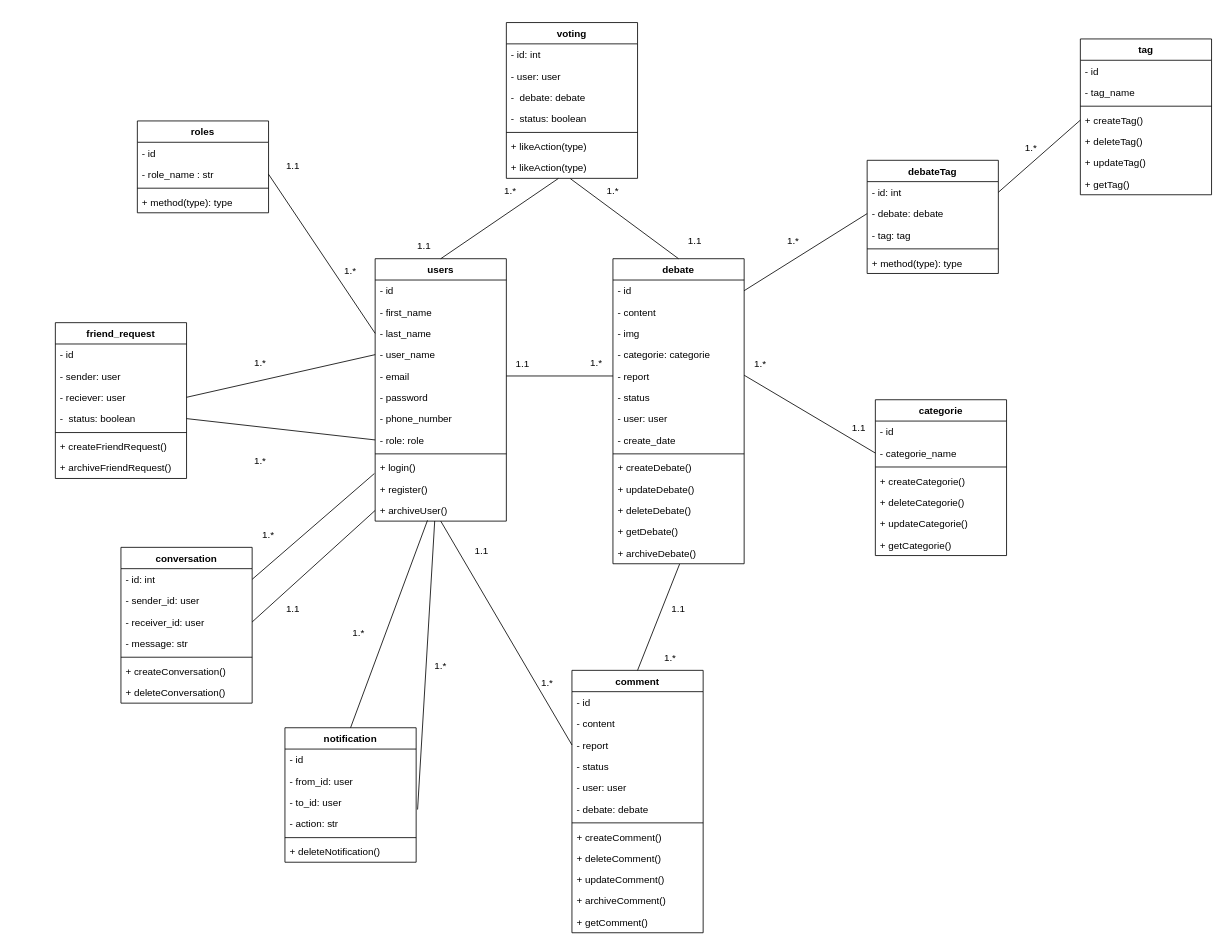
Mohamed072005/DebateVerse keeps this draw.io diagram as DebateVerse.class-diagram.drawio. Above is the earlier version. Source tidied: cells renumbered, new cells numbered last; positions are measured from the earlier drawing's top-left corner, leaving out a move shared by most shapes. Both pictures are drawn from the tidied source at 82%, with x=0, y=0 at pixel (55, 22).
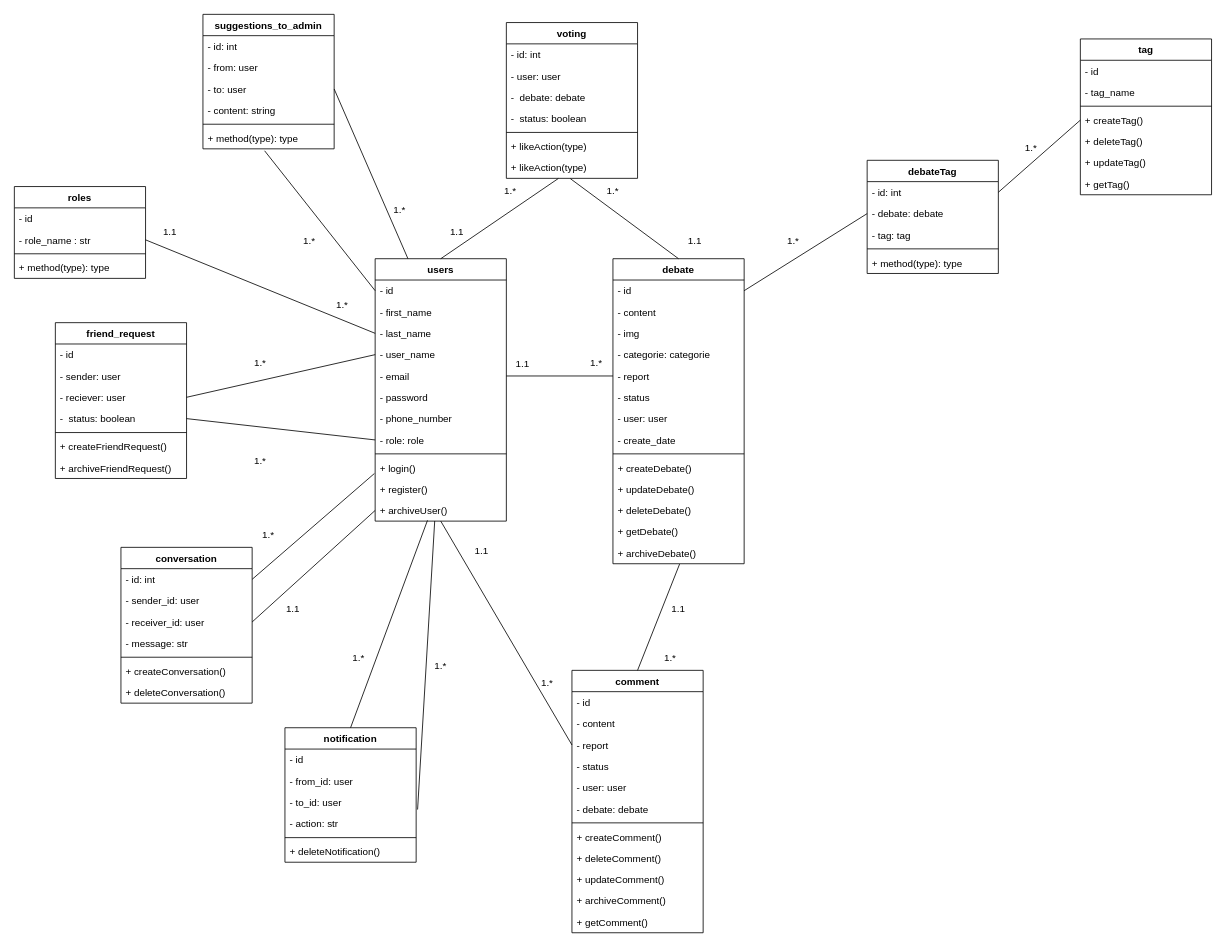
The same diagram, later.

Unchanged cells that the change refers to:
```xml
<mxCell id="17" value="users" style="swimlane;fontStyle=1;align=center;verticalAlign=top;horizontal=1;startSize=26;" parent="1" vertex="1">
  <mxGeometry x="390" y="288" width="160" height="320" as="geometry" />
</mxCell>
<mxCell id="18" value="- id" style="text;strokeColor=none;fillColor=none;align=left;verticalAlign=top;spacingLeft=4;spacingRight=4;overflow=hidden;points=[[0,0.5],[1,0.5]];portConstraint=eastwest;" parent="17" vertex="1">
  <mxGeometry y="26" width="160" height="26" as="geometry" />
</mxCell>
<mxCell id="29" value="+ archiveUser()" style="text;strokeColor=none;fillColor=none;align=left;verticalAlign=top;spacingLeft=4;spacingRight=4;overflow=hidden;points=[[0,0.5],[1,0.5]];portConstraint=eastwest;" parent="17" vertex="1">
  <mxGeometry y="294" width="160" height="26" as="geometry" />
</mxCell>
<mxCell id="104" value="notification" style="swimlane;fontStyle=1;align=center;verticalAlign=top;horizontal=1;startSize=26;" parent="1" vertex="1">
  <mxGeometry x="280" y="860" width="160" height="164" as="geometry" />
</mxCell>
```

Diff of the diagram source:
```diff
@@
     <mxCell id="30" value="roles" style="swimlane;fontStyle=1;align=center;verticalAlign=top;horizontal=1;startSize=26;" parent="1" vertex="1">
-      <mxGeometry x="100" y="120" width="160" height="112" as="geometry" />
+      <mxGeometry x="-50" y="200" width="160" height="112" as="geometry" />
     </mxCell>
@@
-    <mxCell id="56" value="categorie" style="swimlane;fontStyle=1;align=center;verticalAlign=top;horizontal=1;startSize=26;" parent="1" vertex="1">
-      <mxGeometry x="1000" y="460" width="160" height="190" as="geometry" />
-    </mxCell>
-    <mxCell id="57" value="- id" style="text;strokeColor=none;fillColor=none;align=left;verticalAlign=top;spacingLeft=4;spacingRight=4;overflow=hidden;" parent="56" vertex="1">
-      <mxGeometry y="26" width="160" height="26" as="geometry" />
-    </mxCell>
-    <mxCell id="58" value="- categorie_name" style="text;strokeColor=none;fillColor=none;align=left;verticalAlign=top;spacingLeft=4;spacingRight=4;overflow=hidden;points=[[0,0.5],[1,0.5]];portConstraint=eastwest;" parent="56" vertex="1">
-      <mxGeometry y="52" width="160" height="26" as="geometry" />
-    </mxCell>
-    <mxCell id="59" style="line;strokeWidth=1;fillColor=none;align=left;verticalAlign=middle;spacingTop=-1;spacingLeft=3;spacingRight=3;labelPosition=right;strokeColor=inherit;" parent="56" vertex="1">
-      <mxGeometry y="78" width="160" height="8" as="geometry" />
-    </mxCell>
-    <mxCell id="60" value="+ createCategorie()" style="text;strokeColor=none;fillColor=none;align=left;verticalAlign=top;spacingLeft=4;spacingRight=4;overflow=hidden;" parent="56" vertex="1">
-      <mxGeometry y="86" width="160" height="26" as="geometry" />
-    </mxCell>
-    <mxCell id="61" value="+ deleteCategorie()" style="text;strokeColor=none;fillColor=none;align=left;verticalAlign=top;spacingLeft=4;spacingRight=4;overflow=hidden;" parent="56" vertex="1">
-      <mxGeometry y="112" width="160" height="26" as="geometry" />
-    </mxCell>
-    <mxCell id="62" value="+ updateCategorie()" style="text;strokeColor=none;fillColor=none;align=left;verticalAlign=top;spacingLeft=4;spacingRight=4;overflow=hidden;" parent="56" vertex="1">
-      <mxGeometry y="138" width="160" height="26" as="geometry" />
-    </mxCell>
-    <mxCell id="63" value="+ getCategorie()" style="text;strokeColor=none;fillColor=none;align=left;verticalAlign=top;spacingLeft=4;spacingRight=4;overflow=hidden;" parent="56" vertex="1">
-      <mxGeometry y="164" width="160" height="26" as="geometry" />
-    </mxCell>
@@
-    <mxCell id="69" style="endArrow=none;html=1;entryX=0;entryY=0.5;entryDx=0;entryDy=0;exitX=0.002;exitY=0.971;exitDx=0;exitDy=0;exitPerimeter=0;" parent="1" edge="1" source="72" target="58">
-      <mxGeometry relative="1" as="geometry" />
-    </mxCell>
@@
-    <mxCell id="72" value="1.*" style="text;strokeColor=none;align=center;fillColor=none;html=1;verticalAlign=middle;whiteSpace=wrap;rounded=0;" parent="1" vertex="1">
-      <mxGeometry x="840" y="401" width="40" height="30" as="geometry" />
-    </mxCell>
-    <mxCell id="73" value="1.1" style="text;strokeColor=none;align=center;fillColor=none;html=1;verticalAlign=middle;whiteSpace=wrap;rounded=0;" parent="1" vertex="1">
-      <mxGeometry x="950" y="480" width="60" height="30" as="geometry" />
-    </mxCell>
@@
     <mxCell id="78" value="1.1" style="text;strokeColor=none;align=center;fillColor=none;html=1;verticalAlign=middle;whiteSpace=wrap;rounded=0;" parent="1" vertex="1">
-      <mxGeometry x="260" y="160" width="60" height="30" as="geometry" />
+      <mxGeometry x="110" y="240" width="60" height="30" as="geometry" />
     </mxCell>
     <mxCell id="79" value="1.*" style="text;strokeColor=none;align=center;fillColor=none;html=1;verticalAlign=middle;whiteSpace=wrap;rounded=0;" parent="1" vertex="1">
-      <mxGeometry x="330" y="288" width="60" height="30" as="geometry" />
+      <mxGeometry x="320" y="330" width="60" height="30" as="geometry" />
     </mxCell>
@@
     <mxCell id="112" value="1.*" style="text;strokeColor=none;align=center;fillColor=none;html=1;verticalAlign=middle;whiteSpace=wrap;rounded=0;" parent="1" vertex="1">
-      <mxGeometry x="340" y="730" width="60" height="30" as="geometry" />
+      <mxGeometry x="340" y="760" width="60" height="30" as="geometry" />
     </mxCell>
@@
     <mxCell id="127" value="1.1" style="text;strokeColor=none;align=center;fillColor=none;html=1;verticalAlign=middle;whiteSpace=wrap;rounded=0;" parent="1" vertex="1">
-      <mxGeometry x="420" y="258" width="60" height="30" as="geometry" />
+      <mxGeometry x="460" y="240" width="60" height="30" as="geometry" />
     </mxCell>
@@
+    <mxCell id="137" style="endArrow=none;html=1;entryX=0.399;entryY=0.965;entryDx=0;entryDy=0;entryPerimeter=0;exitX=0.5;exitY=0;exitDx=0;exitDy=0;" parent="1" edge="1" source="104" target="29">
+      <mxGeometry relative="1" as="geometry" />
+    </mxCell>
@@
-    <mxCell id="137" style="endArrow=none;html=1;entryX=0.399;entryY=0.965;entryDx=0;entryDy=0;entryPerimeter=0;exitX=0.5;exitY=0;exitDx=0;exitDy=0;" parent="1" edge="1" source="104" target="29">
-      <mxGeometry relative="1" as="geometry" />
-    </mxCell>
+    <mxCell id="138" value="suggestions_to_admin" style="swimlane;fontStyle=1;align=center;verticalAlign=top;horizontal=1;startSize=26;" parent="1" vertex="1">
+      <mxGeometry x="180" y="-10" width="160" height="164" as="geometry" />
+    </mxCell>
+    <mxCell id="139" value="- id: int" style="text;strokeColor=none;fillColor=none;align=left;verticalAlign=top;spacingLeft=4;spacingRight=4;overflow=hidden;" parent="138" vertex="1">
+      <mxGeometry y="26" width="160" height="26" as="geometry" />
+    </mxCell>
+    <mxCell id="140" value="- from: user" style="text;strokeColor=none;fillColor=none;align=left;verticalAlign=top;spacingLeft=4;spacingRight=4;overflow=hidden;" parent="138" vertex="1">
+      <mxGeometry y="52" width="160" height="26" as="geometry" />
+    </mxCell>
+    <mxCell id="141" value="- to: user" style="text;strokeColor=none;fillColor=none;align=left;verticalAlign=top;spacingLeft=4;spacingRight=4;overflow=hidden;points=[[0,0.5],[1,0.5]];portConstraint=eastwest;" parent="138" vertex="1">
+      <mxGeometry y="78" width="160" height="26" as="geometry" />
+    </mxCell>
+    <mxCell id="142" value="- content: string" style="text;strokeColor=none;fillColor=none;align=left;verticalAlign=top;spacingLeft=4;spacingRight=4;overflow=hidden;" parent="138" vertex="1">
+      <mxGeometry y="104" width="160" height="26" as="geometry" />
+    </mxCell>
+    <mxCell id="143" style="line;strokeWidth=1;fillColor=none;align=left;verticalAlign=middle;spacingTop=-1;spacingLeft=3;spacingRight=3;labelPosition=right;strokeColor=inherit;" parent="138" vertex="1">
+      <mxGeometry y="130" width="160" height="8" as="geometry" />
+    </mxCell>
+    <mxCell id="144" value="+ method(type): type" style="text;strokeColor=none;fillColor=none;align=left;verticalAlign=top;spacingLeft=4;spacingRight=4;overflow=hidden;points=[[0,0.5],[1,0.5]];portConstraint=eastwest;" parent="138" vertex="1">
+      <mxGeometry y="138" width="160" height="26" as="geometry" />
+    </mxCell>
+    <mxCell id="145" style="endArrow=none;html=1;entryX=1;entryY=0.5;entryDx=0;entryDy=0;exitX=0.25;exitY=0;exitDx=0;exitDy=0;" parent="1" edge="1" source="17" target="141">
+      <mxGeometry relative="1" as="geometry" />
+    </mxCell>
+    <mxCell id="146" style="endArrow=none;html=1;exitX=0.47;exitY=1.092;exitDx=0;exitDy=0;exitPerimeter=0;entryX=0;entryY=0.5;entryDx=0;entryDy=0;" parent="1" edge="1" source="144" target="18">
+      <mxGeometry relative="1" as="geometry" />
+    </mxCell>
+    <mxCell id="147" value="1.*" style="text;strokeColor=none;align=center;fillColor=none;html=1;verticalAlign=middle;whiteSpace=wrap;rounded=0;" parent="1" vertex="1">
+      <mxGeometry x="390" y="214" width="60" height="30" as="geometry" />
+    </mxCell>
+    <mxCell id="148" value="1.*" style="text;strokeColor=none;align=center;fillColor=none;html=1;verticalAlign=middle;whiteSpace=wrap;rounded=0;" parent="1" vertex="1">
+      <mxGeometry x="280" y="252" width="60" height="30" as="geometry" />
+    </mxCell>
```
